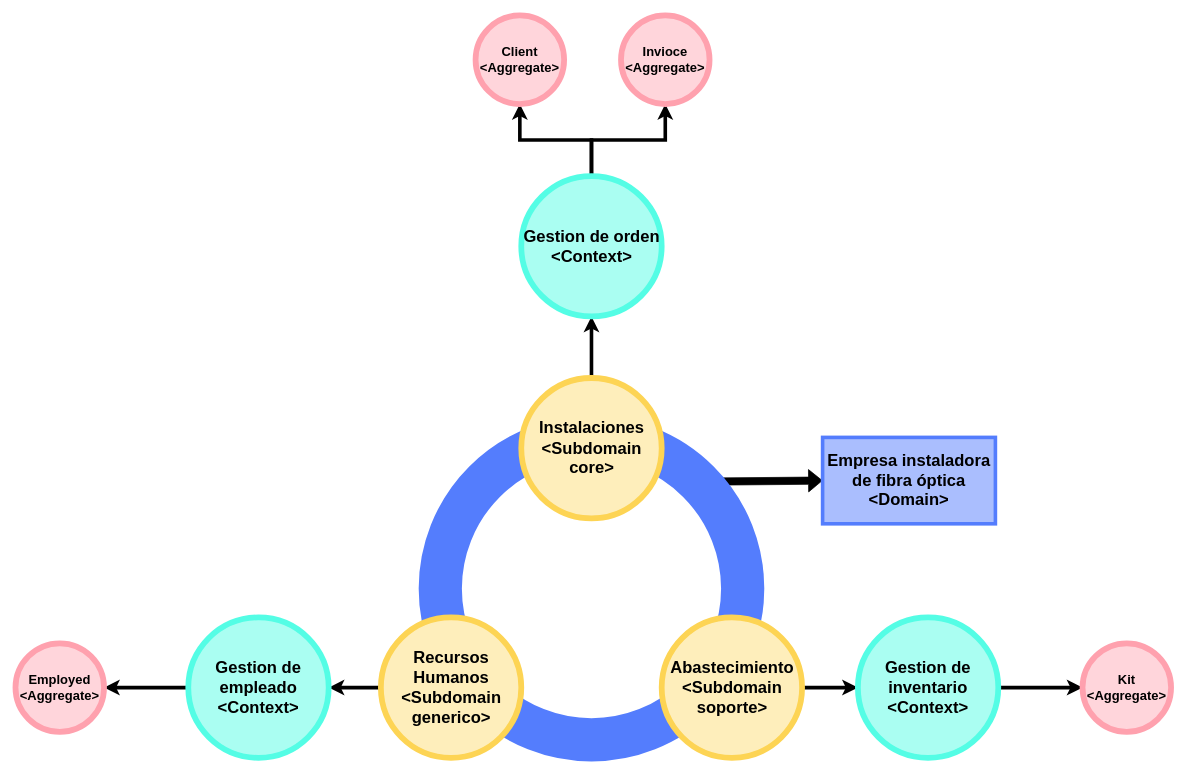
This is page "BigPicture" (1 of 2) of DDD-Sánchez.drawio from Clyzer/C1-2023-DDD-Uruguay, a draw.io file, before an edit. Source tidied: cells renumbered, new cells numbered last; positions are measured from the earlier drawing's top-left corner, leaving out a move shared by most shapes. Both pictures are drawn from the tidied source at 72%, with x=0, y=0 at pixel (15, 15).
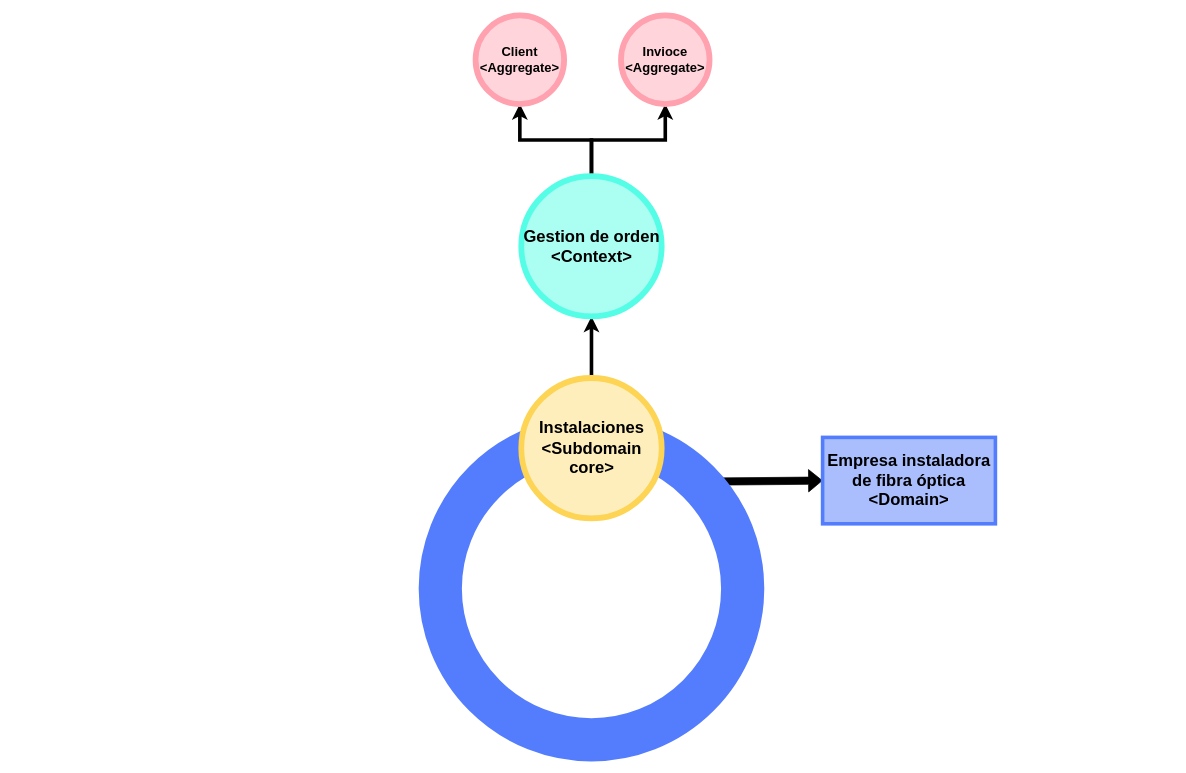
The same page after the edit.

What changed in the source:
```diff
@@
-    <mxCell id="7" style="edgeStyle=orthogonalEdgeStyle;rounded=0;jettySize=auto;html=1;exitX=0;exitY=0.5;exitDx=0;exitDy=0;entryX=1;entryY=0.5;entryDx=0;entryDy=0;strokeColor=#000000;strokeWidth=5;fontFamily=Helvetica;fontSize=23;fontColor=#000000;fillColor=default;" parent="1" edge="1" source="8" target="15">
-      <mxGeometry relative="1" as="geometry" />
+    <mxCell id="7" style="edgeStyle=orthogonalEdgeStyle;rounded=0;orthogonalLoop=1;jettySize=auto;html=1;exitX=0;exitY=0.5;exitDx=0;exitDy=0;entryX=1;entryY=0.5;entryDx=0;entryDy=0;strokeColor=#000000;strokeWidth=5;fontFamily=Helvetica;fontSize=23;fontColor=#000000;fillColor=default;" parent="1" edge="1">
+      <mxGeometry relative="1" as="geometry">
+        <mxPoint x="507.5" y="933.5" as="sourcePoint" />
+      </mxGeometry>
     </mxCell>
-    <mxCell id="8" value="Recursos Humanos&lt;br style=&quot;border-color: var(--border-color);&quot;&gt;&amp;lt;Subdomain generico&amp;gt;" style="ellipse;html=1;shadow=0;sketch=0;fillStyle=auto;fontFamily=Helvetica;fontSize=23;fillColor=#feeebb;strokeColor=#fdd454;strokeWidth=8;fontColor=#000000;fontStyle=1;whiteSpace=wrap;" parent="1" vertex="1">
-      <mxGeometry x="507.5" y="836" width="195" height="195" as="geometry" />
-    </mxCell>
-    <mxCell id="9" style="edgeStyle=orthogonalEdgeStyle;rounded=0;jettySize=auto;html=1;exitX=1;exitY=0.5;exitDx=0;exitDy=0;entryX=0;entryY=0.5;entryDx=0;entryDy=0;strokeColor=#000000;strokeWidth=5;fontFamily=Helvetica;fontSize=23;fontColor=#000000;fillColor=default;" parent="1" edge="1" source="10" target="17">
-      <mxGeometry relative="1" as="geometry" />
+    <mxCell id="9" style="edgeStyle=orthogonalEdgeStyle;rounded=0;orthogonalLoop=1;jettySize=auto;html=1;exitX=1;exitY=0.5;exitDx=0;exitDy=0;entryX=0;entryY=0.5;entryDx=0;entryDy=0;strokeColor=#000000;strokeWidth=5;fontFamily=Helvetica;fontSize=23;fontColor=#000000;fillColor=default;" parent="1" edge="1">
+      <mxGeometry relative="1" as="geometry">
+        <mxPoint x="1092.5" y="933.5" as="sourcePoint" />
+      </mxGeometry>
     </mxCell>
-    <mxCell id="10" value="Abastecimiento&lt;br style=&quot;border-color: var(--border-color);&quot;&gt;&amp;lt;Subdomain soporte&amp;gt;" style="ellipse;html=1;shadow=0;sketch=0;fillStyle=auto;fontFamily=Helvetica;fontSize=23;fillColor=#feeebb;strokeColor=#fdd454;strokeWidth=8;fontColor=#000000;fontStyle=1;whiteSpace=wrap;noLabel=0;" parent="1" vertex="1">
-      <mxGeometry x="897.5" y="836" width="195" height="195" as="geometry" />
-    </mxCell>
@@
-    <mxCell id="14" style="edgeStyle=orthogonalEdgeStyle;rounded=0;jettySize=auto;html=1;exitX=0;exitY=0.5;exitDx=0;exitDy=0;entryX=1;entryY=0.5;entryDx=0;entryDy=0;strokeWidth=5;fontSize=18;startArrow=none;startFill=0;strokeColor=#000000;" parent="1" edge="1" source="15" target="20">
-      <mxGeometry relative="1" as="geometry" />
+    <mxCell id="14" style="edgeStyle=orthogonalEdgeStyle;rounded=0;orthogonalLoop=1;jettySize=auto;html=1;exitX=0;exitY=0.5;exitDx=0;exitDy=0;entryX=1;entryY=0.5;entryDx=0;entryDy=0;strokeWidth=5;fontSize=18;startArrow=none;startFill=0;strokeColor=#000000;" parent="1" edge="1">
+      <mxGeometry relative="1" as="geometry">
+        <mxPoint x="240" y="933.5" as="sourcePoint" />
+      </mxGeometry>
     </mxCell>
-    <mxCell id="15" value="Gestion de empleado&lt;br&gt;&amp;lt;Context&amp;gt;" style="ellipse;html=1;shadow=0;sketch=0;fillStyle=auto;fontFamily=Helvetica;fontSize=23;fillColor=#AAFEF2;strokeColor=#54FDE5;strokeWidth=8;fontStyle=1;whiteSpace=wrap;fontColor=#000000;" parent="1" vertex="1">
-      <mxGeometry x="240" y="836" width="195" height="195" as="geometry" />
-    </mxCell>
-    <mxCell id="16" style="edgeStyle=orthogonalEdgeStyle;rounded=0;jettySize=auto;html=1;exitX=1;exitY=0.5;exitDx=0;exitDy=0;entryX=0;entryY=0.5;entryDx=0;entryDy=0;strokeWidth=5;startArrow=none;startFill=0;strokeColor=#000000;" parent="1" edge="1" source="17" target="19">
-      <mxGeometry relative="1" as="geometry" />
+    <mxCell id="16" style="edgeStyle=orthogonalEdgeStyle;rounded=0;orthogonalLoop=1;jettySize=auto;html=1;exitX=1;exitY=0.5;exitDx=0;exitDy=0;entryX=0;entryY=0.5;entryDx=0;entryDy=0;strokeWidth=5;startArrow=none;startFill=0;strokeColor=#000000;" parent="1" edge="1">
+      <mxGeometry relative="1" as="geometry">
+        <mxPoint x="1365" y="933.5" as="sourcePoint" />
+      </mxGeometry>
     </mxCell>
-    <mxCell id="17" value="Gestion de inventario&lt;br&gt;&amp;lt;Context&amp;gt;" style="ellipse;html=1;shadow=0;sketch=0;fillStyle=auto;fontFamily=Helvetica;fontSize=23;fillColor=#AAFEF2;strokeColor=#54FDE5;strokeWidth=8;fontStyle=1;whiteSpace=wrap;fontColor=#000000;" parent="1" vertex="1">
-      <mxGeometry x="1170" y="836" width="195" height="195" as="geometry" />
-    </mxCell>
-    <mxCell id="18" style="edgeStyle=orthogonalEdgeStyle;rounded=0;jettySize=auto;html=1;exitX=0.5;exitY=1;exitDx=0;exitDy=0;entryX=0.5;entryY=0;entryDx=0;entryDy=0;strokeWidth=5;fontSize=18;startArrow=none;startFill=0;" parent="1" edge="1" source="19">
-      <mxGeometry relative="1" as="geometry">
-        <mxPoint x="1543.5" y="973" as="targetPoint" />
-      </mxGeometry>
-    </mxCell>
-    <mxCell id="19" value="Kit&lt;br style=&quot;font-size: 18px;&quot;&gt;&amp;lt;Aggregate&amp;gt;" style="ellipse;html=1;shadow=0;sketch=0;fillStyle=auto;fontFamily=Helvetica;fontSize=18;fillColor=#ffd5db;strokeColor=#Ffa1ae;strokeWidth=8;fontStyle=1;whiteSpace=wrap;fontColor=#000000;" parent="1" vertex="1">
-      <mxGeometry x="1482" y="872" width="123" height="123" as="geometry" />
-    </mxCell>
-    <mxCell id="20" value="Employed&lt;br&gt;&amp;lt;Aggregate&amp;gt;" style="ellipse;html=1;shadow=0;sketch=0;fillStyle=auto;fontFamily=Helvetica;fontSize=18;fillColor=#FFD5DB;strokeColor=#Ffa1ae;strokeWidth=8;fontStyle=1;whiteSpace=wrap;fontColor=#000000;" parent="1" vertex="1">
-      <mxGeometry y="872" width="123" height="123" as="geometry" />
-    </mxCell>
```
